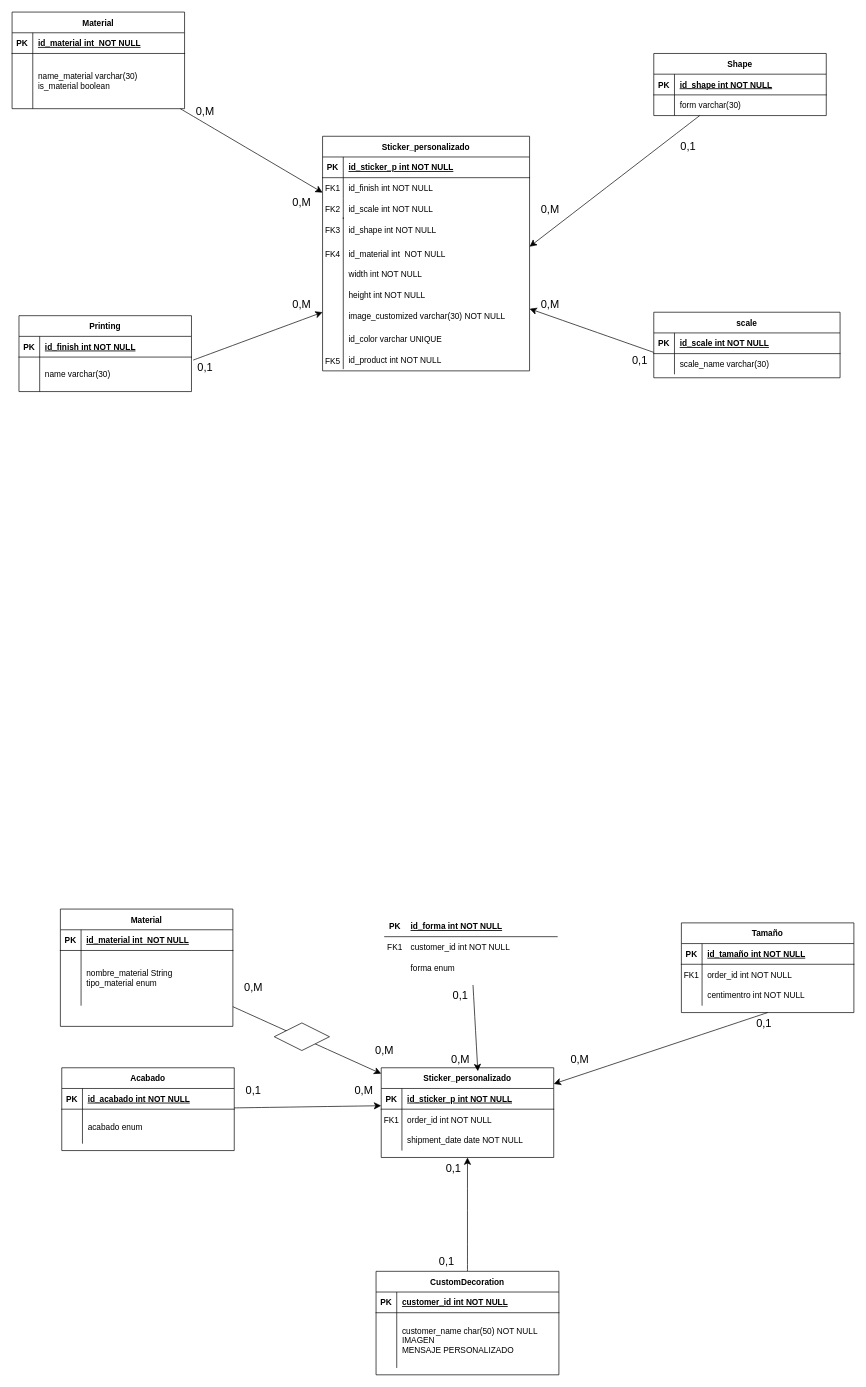
Before: Diagrama sin título.drawio in nayrariosaguilar/OdooStickerModule, a draw.io diagram. Source tidied: cells renumbered, new cells numbered last; positions are measured from the earlier drawing's top-left corner, leaving out a move shared by most shapes. Both pictures are drawn from the tidied source at 69%, with x=0, y=0 at pixel (12, 12).
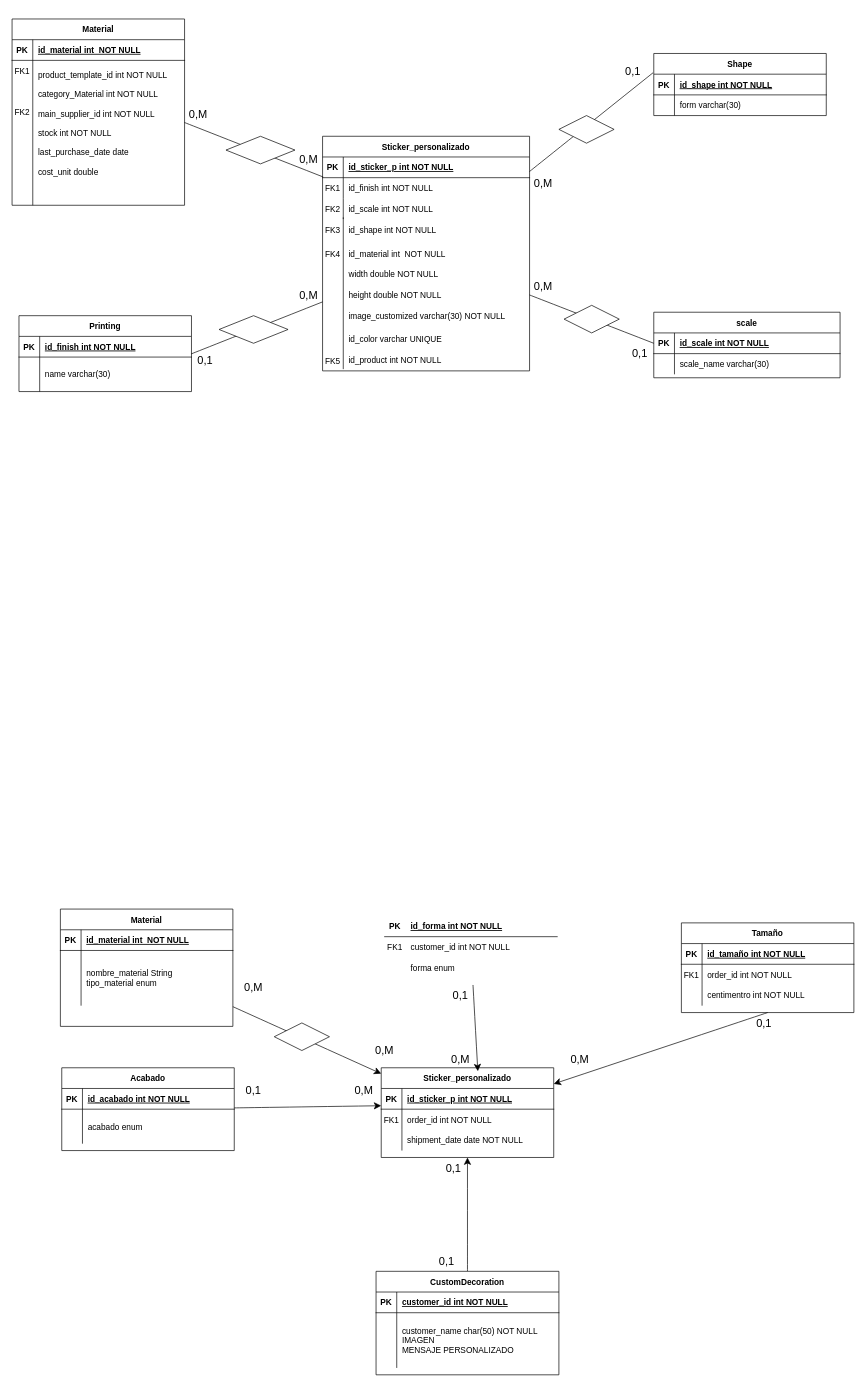
Above is the later version.

The change refers to these unchanged cells:
```xml
<mxCell id="2" value="Shape" style="shape=table;startSize=30;childLayout=tableLayout;rowLines=0;fontStyle=1;align=center;" parent="1" vertex="1">
  <mxGeometry x="930" y="60" width="250" height="90" as="geometry" />
</mxCell>
<mxCell id="3" style="shape=partialRectangle;fillColor=none;points=[[0,0.5],[1,0.5]];portConstraint=eastwest;top=0;left=0;right=0;bottom=1;" parent="2" vertex="1">
  <mxGeometry y="30" width="250" height="30" as="geometry" />
</mxCell>
<mxCell id="18" style="shape=partialRectangle;fillColor=none;points=[[0,0.5],[1,0.5]];portConstraint=eastwest;top=0;left=0;right=0;bottom=1;" parent="17" vertex="1">
  <mxGeometry y="30" width="250" height="30" as="geometry" />
</mxCell>
<mxCell id="21" style="shape=partialRectangle;fillColor=none;points=[[0,0.5],[1,0.5]];portConstraint=eastwest;top=0;left=0;right=0;bottom=0;" parent="17" vertex="1">
  <mxGeometry y="60" width="250" height="50" as="geometry" />
</mxCell>
<mxCell id="24" value="Sticker_personalizado" style="shape=table;startSize=30;childLayout=tableLayout;rowLines=0;fontStyle=1;align=center;" parent="1" vertex="1">
  <mxGeometry x="450" y="180" width="300" height="340" as="geometry" />
</mxCell>
<mxCell id="28" style="shape=partialRectangle;fillColor=none;points=[[0,0.5],[1,0.5]];portConstraint=eastwest;top=0;left=0;right=0;bottom=0;" parent="24" vertex="1">
  <mxGeometry y="60" width="300" height="30" as="geometry" />
</mxCell>
<mxCell id="119" style="shape=partialRectangle;fillColor=none;points=[[0,0.5],[1,0.5]];portConstraint=eastwest;top=0;left=0;right=0;bottom=1;" parent="118" vertex="1">
  <mxGeometry y="30" width="270" height="30" as="geometry" />
</mxCell>
```

Diff of the diagram source:
```diff
@@
-    <mxCell id="9" style="edgeStyle=none;curved=1;rounded=0;jettySize=auto;html=1;fontSize=12;startSize=8;endSize=8;" parent="1" edge="1" source="10" target="24">
-      <mxGeometry relative="1" as="geometry" />
-    </mxCell>
     <mxCell id="10" value="Material" style="shape=table;startSize=30;childLayout=tableLayout;rowLines=0;fontStyle=1;align=center;" parent="1" vertex="1">
-      <mxGeometry width="250" height="140" as="geometry" />
+      <mxGeometry y="10" width="250" height="270" as="geometry" />
     </mxCell>
@@
     <mxCell id="14" style="shape=partialRectangle;fillColor=none;points=[[0,0.5],[1,0.5]];portConstraint=eastwest;top=0;left=0;right=0;bottom=0;" parent="10" vertex="1">
-      <mxGeometry y="60" width="250" height="80" as="geometry" />
+      <mxGeometry y="60" width="250" height="210" as="geometry" />
     </mxCell>
     <mxCell id="15" style="shape=partialRectangle;overflow=hidden;fillColor=none;top=0;left=0;bottom=0;right=0;" parent="14" vertex="1">
-      <mxGeometry width="30" height="80" as="geometry" />
+      <mxGeometry width="30" height="210" as="geometry" />
     </mxCell>
-    <mxCell id="16" value="name_material varchar(30)&#10;is_material boolean" style="shape=partialRectangle;overflow=hidden;fillColor=none;top=0;left=0;bottom=0;right=0;align=left;spacingLeft=6;" parent="14" vertex="1">
-      <mxGeometry x="30" width="220" height="80" as="geometry" />
+    <mxCell id="16" value="product_template_id int NOT NULL&#10;&#10;category_Material int NOT NULL&#10;&#10;main_supplier_id int NOT NULL&#10;&#10;stock int NOT NULL&#10;&#10;last_purchase_date date&#10;&#10;cost_unit double&#10;&#10;" style="shape=partialRectangle;overflow=hidden;fillColor=none;top=0;left=0;bottom=0;right=0;align=left;spacingLeft=6;" parent="14" vertex="1">
+      <mxGeometry x="30" width="220" height="210" as="geometry" />
     </mxCell>
@@
     <mxCell id="34" value="0,1" style="text;html=1;align=center;verticalAlign=middle;whiteSpace=wrap;rounded=0;fontSize=16;" parent="1" vertex="1">
-      <mxGeometry x="950" y="180" width="60" height="30" as="geometry" />
+      <mxGeometry x="870" y="70" width="60" height="30" as="geometry" />
     </mxCell>
-    <mxCell id="35" value="0,M" style="text;html=1;align=center;verticalAlign=middle;whiteSpace=wrap;rounded=0;fontSize=16;" parent="1" vertex="1">
-      <mxGeometry x="390" y="260" width="60" height="30" as="geometry" />
-    </mxCell>
-    <mxCell id="36" style="edgeStyle=none;curved=1;rounded=0;jettySize=auto;html=1;fontSize=12;startSize=8;endSize=8;" parent="1" edge="1" source="2">
-      <mxGeometry relative="1" as="geometry">
-        <mxPoint x="750" y="340" as="targetPoint" />
-      </mxGeometry>
-    </mxCell>
     <mxCell id="37" value="0,M" style="text;html=1;align=center;verticalAlign=middle;whiteSpace=wrap;rounded=0;fontSize=16;" parent="1" vertex="1">
-      <mxGeometry x="250" y="130" width="60" height="25" as="geometry" />
+      <mxGeometry x="240" y="135" width="60" height="25" as="geometry" />
     </mxCell>
     <mxCell id="38" value="0,1" style="text;html=1;align=center;verticalAlign=middle;whiteSpace=wrap;rounded=0;fontSize=16;" parent="1" vertex="1">
-      <mxGeometry x="250" y="500" width="60" height="30" as="geometry" />
+      <mxGeometry x="250" y="490" width="60" height="30" as="geometry" />
     </mxCell>
-    <mxCell id="39" style="edgeStyle=none;curved=1;rounded=0;orthogonalLoop=1;jettySize=auto;html=1;fontSize=12;startSize=8;endSize=8;exitX=0;exitY=-0.091;exitDx=0;exitDy=0;exitPerimeter=0;" parent="1" edge="1">
-      <mxGeometry relative="1" as="geometry">
-        <mxPoint x="930" y="493.2" as="sourcePoint" />
-        <mxPoint x="750" y="430" as="targetPoint" />
-      </mxGeometry>
-    </mxCell>
     <mxCell id="40" value="0,M" style="text;html=1;align=center;verticalAlign=middle;whiteSpace=wrap;rounded=0;fontSize=16;" parent="1" vertex="1">
-      <mxGeometry x="750" y="272.5" width="60" height="25" as="geometry" />
+      <mxGeometry x="740" y="235" width="60" height="25" as="geometry" />
     </mxCell>
@@
-    <mxCell id="107" style="edgeStyle=none;curved=1;rounded=0;jettySize=auto;html=1;fontSize=12;startSize=8;endSize=8;exitX=1.01;exitY=0.087;exitDx=0;exitDy=0;exitPerimeter=0;entryX=0;entryY=0.75;entryDx=0;entryDy=0;" parent="1" edge="1" source="21" target="24">
-      <mxGeometry relative="1" as="geometry" />
-    </mxCell>
@@
-    <mxCell id="115" value="width int NOT NULL" style="shape=partialRectangle;overflow=hidden;fillColor=none;top=0;left=0;bottom=0;right=0;align=left;spacingLeft=6;" parent="1" vertex="1">
+    <mxCell id="115" value="width double NOT NULL" style="shape=partialRectangle;overflow=hidden;fillColor=none;top=0;left=0;bottom=0;right=0;align=left;spacingLeft=6;" parent="1" vertex="1">
       <mxGeometry x="480" y="365" width="220" height="30" as="geometry" />
     </mxCell>
-    <mxCell id="116" value="height int NOT NULL" style="shape=partialRectangle;overflow=hidden;fillColor=none;top=0;left=0;bottom=0;right=0;align=left;spacingLeft=6;" parent="1" vertex="1">
+    <mxCell id="116" value="height double NOT NULL" style="shape=partialRectangle;overflow=hidden;fillColor=none;top=0;left=0;bottom=0;right=0;align=left;spacingLeft=6;" parent="1" vertex="1">
       <mxGeometry x="480" y="395" width="220" height="30" as="geometry" />
     </mxCell>
@@
     <mxCell id="125" value="0,1" style="text;html=1;align=center;verticalAlign=middle;whiteSpace=wrap;rounded=0;fontSize=16;" parent="1" vertex="1">
-      <mxGeometry x="880" y="490" width="60" height="30" as="geometry" />
+      <mxGeometry x="880" y="480" width="60" height="30" as="geometry" />
     </mxCell>
@@
     <mxCell id="128" value="0,M" style="text;html=1;align=center;verticalAlign=middle;whiteSpace=wrap;rounded=0;fontSize=16;" parent="1" vertex="1">
-      <mxGeometry x="750" y="410" width="60" height="25" as="geometry" />
+      <mxGeometry x="740" y="385" width="60" height="25" as="geometry" />
     </mxCell>
     <mxCell id="129" value="0,M" style="text;html=1;align=center;verticalAlign=middle;whiteSpace=wrap;rounded=0;fontSize=16;" parent="1" vertex="1">
-      <mxGeometry x="390" y="407.5" width="60" height="30" as="geometry" />
+      <mxGeometry x="400" y="395" width="60" height="30" as="geometry" />
     </mxCell>
@@
+    <mxCell id="132" value="FK1" style="shape=partialRectangle;overflow=hidden;fillColor=none;top=0;left=0;bottom=0;right=0;" parent="1" vertex="1">
+      <mxGeometry y="70" width="30" height="30" as="geometry" />
+    </mxCell>
+    <mxCell id="133" value="FK2" style="shape=partialRectangle;overflow=hidden;fillColor=none;top=0;left=0;bottom=0;right=0;" parent="1" vertex="1">
+      <mxGeometry y="130" width="30" height="30" as="geometry" />
+    </mxCell>
+    <mxCell id="134" style="endArrow=none;html=1;rounded=0;fontSize=12;startSize=8;endSize=8;curved=1;exitX=0.998;exitY=0.849;exitDx=0;exitDy=0;exitPerimeter=0;" parent="1" edge="1" source="18">
+      <mxGeometry relative="1" as="geometry">
+        <mxPoint x="450" y="420" as="targetPoint" />
+      </mxGeometry>
+    </mxCell>
+    <mxCell id="135" style="rhombus;whiteSpace=wrap;html=1;" parent="1" vertex="1">
+      <mxGeometry x="300" y="440" width="100" height="40" as="geometry" />
+    </mxCell>
+    <mxCell id="136" style="endArrow=none;html=1;rounded=0;fontSize=12;startSize=8;endSize=8;curved=1;entryX=-0.004;entryY=-0.07;entryDx=0;entryDy=0;entryPerimeter=0;" parent="1" edge="1" target="3">
+      <mxGeometry relative="1" as="geometry">
+        <mxPoint x="750" y="231" as="sourcePoint" />
+      </mxGeometry>
+    </mxCell>
+    <mxCell id="137" style="edgeStyle=none;curved=1;rounded=0;orthogonalLoop=1;jettySize=auto;html=1;entryX=1;entryY=0.5;entryDx=0;entryDy=0;fontSize=12;startSize=8;endSize=8;" parent="1" edge="1">
+      <mxGeometry relative="1" as="geometry">
+        <mxPoint x="872.5" y="170" as="sourcePoint" />
+        <mxPoint x="872.5" y="170" as="targetPoint" />
+      </mxGeometry>
+    </mxCell>
+    <mxCell id="138" style="endArrow=none;html=1;rounded=0;fontSize=12;startSize=8;endSize=8;curved=1;entryX=0;entryY=0.5;entryDx=0;entryDy=0;" parent="1" edge="1" target="119">
+      <mxGeometry relative="1" as="geometry">
+        <mxPoint x="750" y="410" as="sourcePoint" />
+      </mxGeometry>
+    </mxCell>
+    <mxCell id="139" style="rhombus;whiteSpace=wrap;html=1;" parent="1" vertex="1">
+      <mxGeometry x="792.5" y="150" width="80" height="40" as="geometry" />
+    </mxCell>
+    <mxCell id="140" style="rhombus;whiteSpace=wrap;html=1;" parent="1" vertex="1">
+      <mxGeometry x="800" y="425" width="80" height="40" as="geometry" />
+    </mxCell>
+    <mxCell id="141" style="endArrow=none;html=1;rounded=0;fontSize=12;startSize=8;endSize=8;curved=1;entryX=0.003;entryY=-0.033;entryDx=0;entryDy=0;entryPerimeter=0;exitX=1;exitY=0.429;exitDx=0;exitDy=0;exitPerimeter=0;" parent="1" edge="1" source="14" target="28">
+      <mxGeometry relative="1" as="geometry" />
+    </mxCell>
+    <mxCell id="35" value="0,M" style="text;html=1;align=center;verticalAlign=middle;whiteSpace=wrap;rounded=0;fontSize=16;" parent="1" vertex="1">
+      <mxGeometry x="400" y="200" width="60" height="25" as="geometry" />
+    </mxCell>
+    <mxCell id="142" style="rhombus;whiteSpace=wrap;html=1;" parent="1" vertex="1">
+      <mxGeometry x="310" y="180" width="100" height="40" as="geometry" />
+    </mxCell>
```
